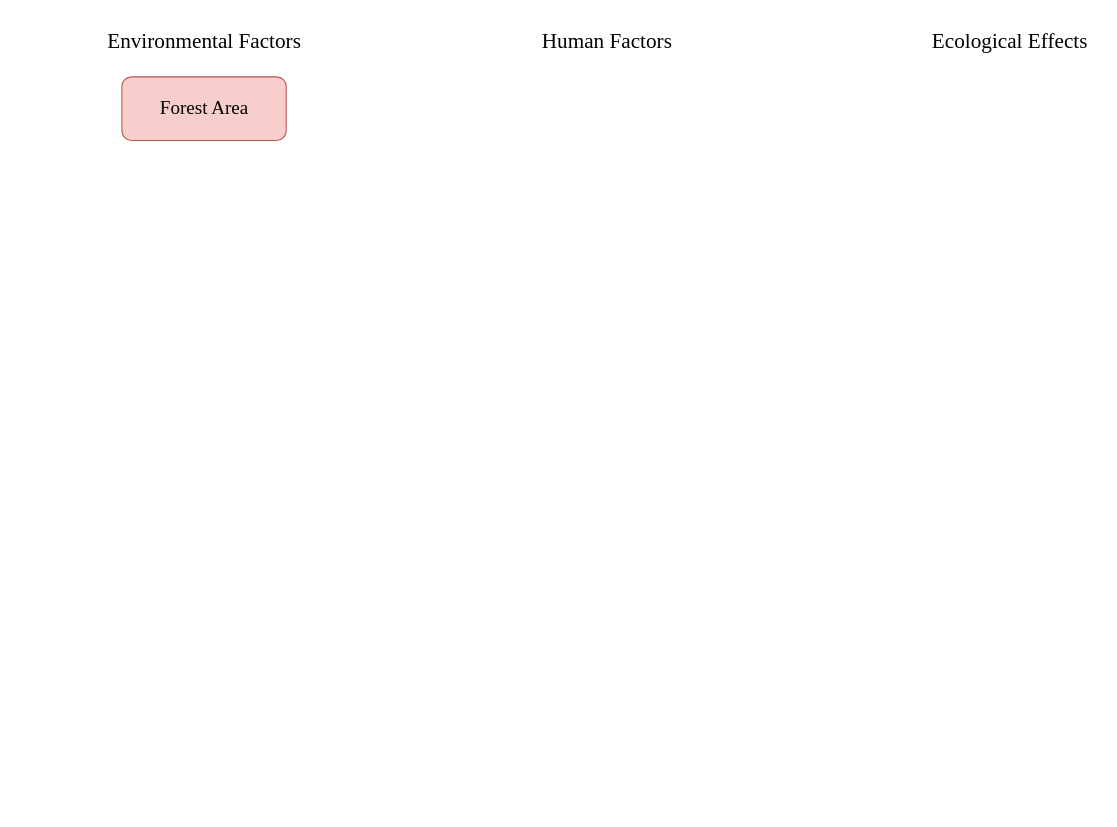
Earlier version of the draw.io diagram Untitled Diagram.drawio (PhamHanni/Files). Source tidied: cells renumbered, new cells numbered last; positions are measured from the earlier drawing's top-left corner, leaving out a move shared by most shapes. Both pictures are drawn from the tidied source at 106%, with x=0, y=0 at pixel (92, 18).
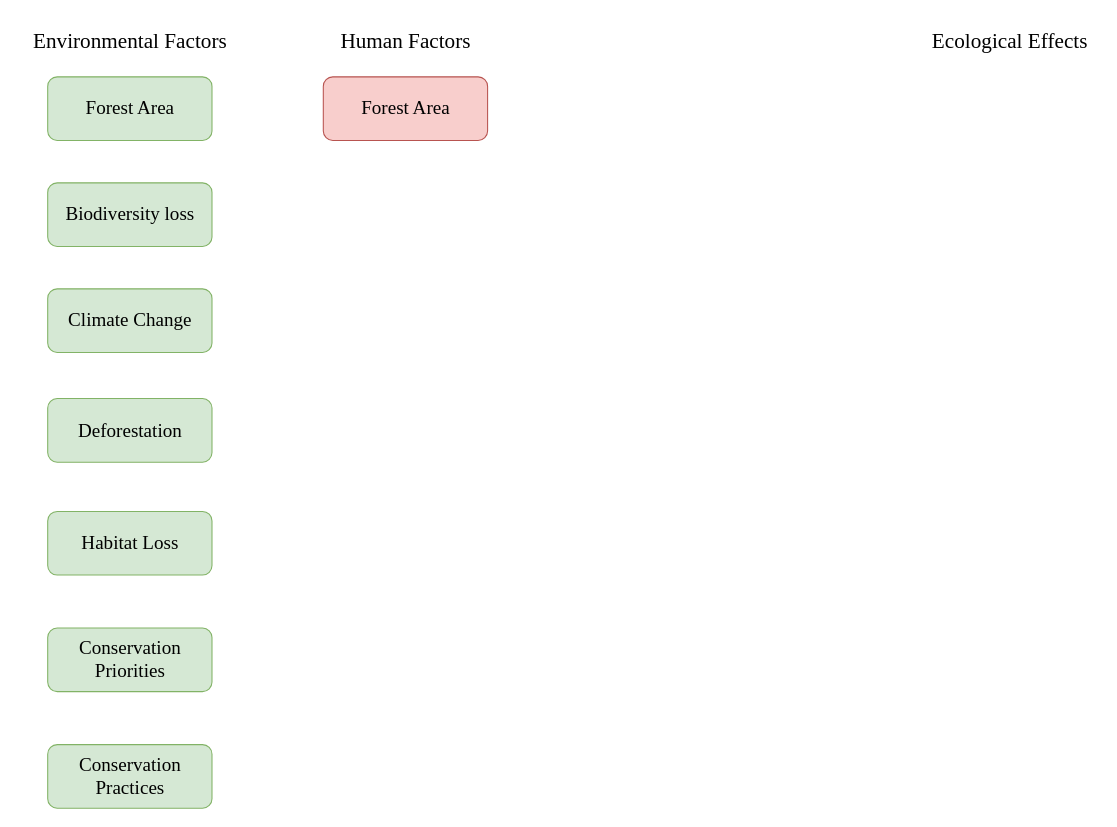
Above is the later version.

The edit, as a diff of the source:
```diff
@@
 <mxGraphModel>
   <root>
     <mxCell id="0" />
     <mxCell id="1" parent="0" />
     <mxCell id="2" value="&lt;font style=&quot;font-size: 20px;&quot; face=&quot;Garamond&quot;&gt;Human Factors&lt;/font&gt;" style="text;html=1;align=center;verticalAlign=middle;strokeColor=none;fillColor=none;" parent="1" vertex="1">
-      <mxGeometry x="410" width="150" height="40" as="geometry" />
+      <mxGeometry x="220" width="150" height="40" as="geometry" />
     </mxCell>
     <mxCell id="3" value="&lt;font face=&quot;Garamond&quot; style=&quot;font-size: 20px;&quot;&gt;Environmental Factors&lt;/font&gt;" style="text;html=1;align=center;verticalAlign=middle;strokeColor=none;fillColor=none;" parent="1" vertex="1">
-      <mxGeometry width="210" height="40" as="geometry" />
+      <mxGeometry x="-70" width="210" height="40" as="geometry" />
     </mxCell>
     <mxCell id="4" value="&lt;font style=&quot;font-size: 20px;&quot; face=&quot;Garamond&quot;&gt;Ecological Effects&lt;/font&gt;" style="text;html=1;align=center;verticalAlign=middle;strokeColor=none;fillColor=none;" parent="1" vertex="1">
       <mxGeometry x="780" width="170" height="40" as="geometry" />
     </mxCell>
-    <mxCell id="5" value="&lt;font style=&quot;font-size: 18px;&quot; face=&quot;Garamond&quot;&gt;Forest Area &lt;/font&gt;" style="rounded=1;whiteSpace=wrap;html=1;fillColor=#f8cecc;strokeColor=#b85450;" parent="1" vertex="1">
-      <mxGeometry x="27.5" y="55" width="155" height="60" as="geometry" />
+    <mxCell id="5" value="&lt;font style=&quot;font-size: 18px;&quot; face=&quot;Garamond&quot;&gt;Forest Area &lt;/font&gt;" style="rounded=1;whiteSpace=wrap;html=1;fillColor=#d5e8d4;strokeColor=#82b366;" parent="1" vertex="1">
+      <mxGeometry x="-42.5" y="55" width="155" height="60" as="geometry" />
     </mxCell>
+    <mxCell id="6" value="&lt;font face=&quot;Garamond&quot; style=&quot;font-size: 18px;&quot;&gt;Biodiversity loss&lt;/font&gt;" style="rounded=1;whiteSpace=wrap;html=1;fillColor=#d5e8d4;strokeColor=#82b366;" parent="1" vertex="1">
+      <mxGeometry x="-42.5" y="155" width="155" height="60" as="geometry" />
+    </mxCell>
+    <mxCell id="7" value="&lt;font style=&quot;font-size: 18px;&quot; face=&quot;Garamond&quot;&gt;Climate Change&lt;/font&gt;" style="rounded=1;whiteSpace=wrap;html=1;fillColor=#d5e8d4;strokeColor=#82b366;" parent="1" vertex="1">
+      <mxGeometry x="-42.5" y="255" width="155" height="60" as="geometry" />
+    </mxCell>
+    <mxCell id="8" value="&lt;font style=&quot;font-size: 18px;&quot; face=&quot;Garamond&quot;&gt;Deforestation&lt;/font&gt;" style="rounded=1;whiteSpace=wrap;html=1;fillColor=#d5e8d4;strokeColor=#82b366;" parent="1" vertex="1">
+      <mxGeometry x="-42.5" y="358.5" width="155" height="60" as="geometry" />
+    </mxCell>
+    <mxCell id="9" value="&lt;font style=&quot;font-size: 18px;&quot; face=&quot;Garamond&quot;&gt;Habitat Loss&lt;/font&gt;" style="rounded=1;whiteSpace=wrap;html=1;fillColor=#d5e8d4;strokeColor=#82b366;" parent="1" vertex="1">
+      <mxGeometry x="-42.5" y="465" width="155" height="60" as="geometry" />
+    </mxCell>
+    <mxCell id="10" value="&lt;font face=&quot;Garamond&quot; style=&quot;font-size: 18px;&quot;&gt;Conservation Priorities&lt;/font&gt;" style="rounded=1;whiteSpace=wrap;html=1;fillColor=#d5e8d4;strokeColor=#82b366;" parent="1" vertex="1">
+      <mxGeometry x="-42.5" y="575" width="155" height="60" as="geometry" />
+    </mxCell>
+    <mxCell id="11" value="&lt;font style=&quot;font-size: 18px;&quot; face=&quot;Garamond&quot;&gt;Conservation Practices&lt;/font&gt;" style="rounded=1;whiteSpace=wrap;html=1;fillColor=#d5e8d4;strokeColor=#82b366;" parent="1" vertex="1">
+      <mxGeometry x="-42.5" y="685" width="155" height="60" as="geometry" />
+    </mxCell>
+    <mxCell id="12" value="&lt;font style=&quot;font-size: 18px;&quot; face=&quot;Garamond&quot;&gt;Forest Area &lt;/font&gt;" style="rounded=1;whiteSpace=wrap;html=1;fillColor=#f8cecc;strokeColor=#b85450;" parent="1" vertex="1">
+      <mxGeometry x="217.5" y="55" width="155" height="60" as="geometry" />
+    </mxCell>
   </root>
 </mxGraphModel>
```
